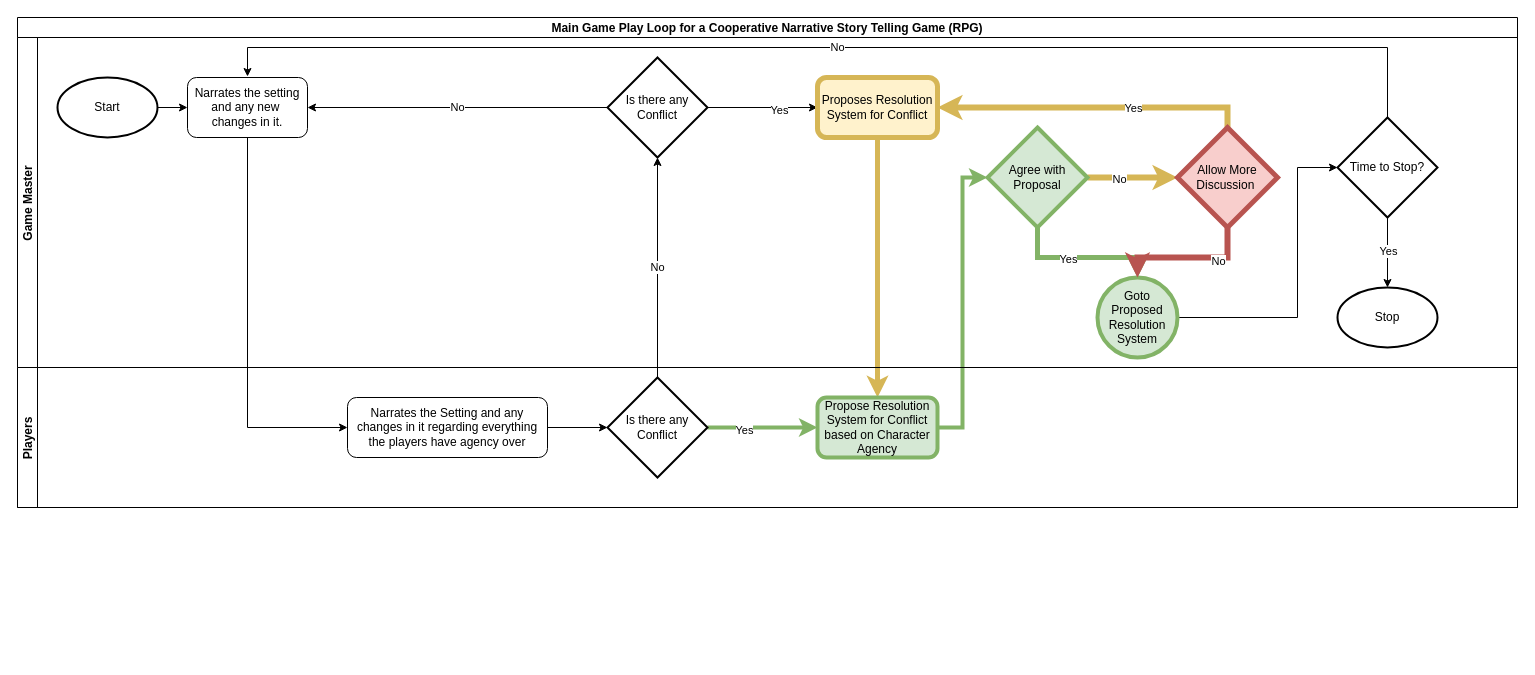
Above: assets/diagrams/Main-Game-Play-Loop.drawio in TedTschopp/Fixing-Game-Night (draw.io), before the change. Source tidied: cells renumbered, new cells numbered last; positions are measured from the earlier drawing's top-left corner, leaving out a move shared by most shapes. Both pictures are drawn from the tidied source at 100%, with x=0, y=0 at pixel (17, 17).
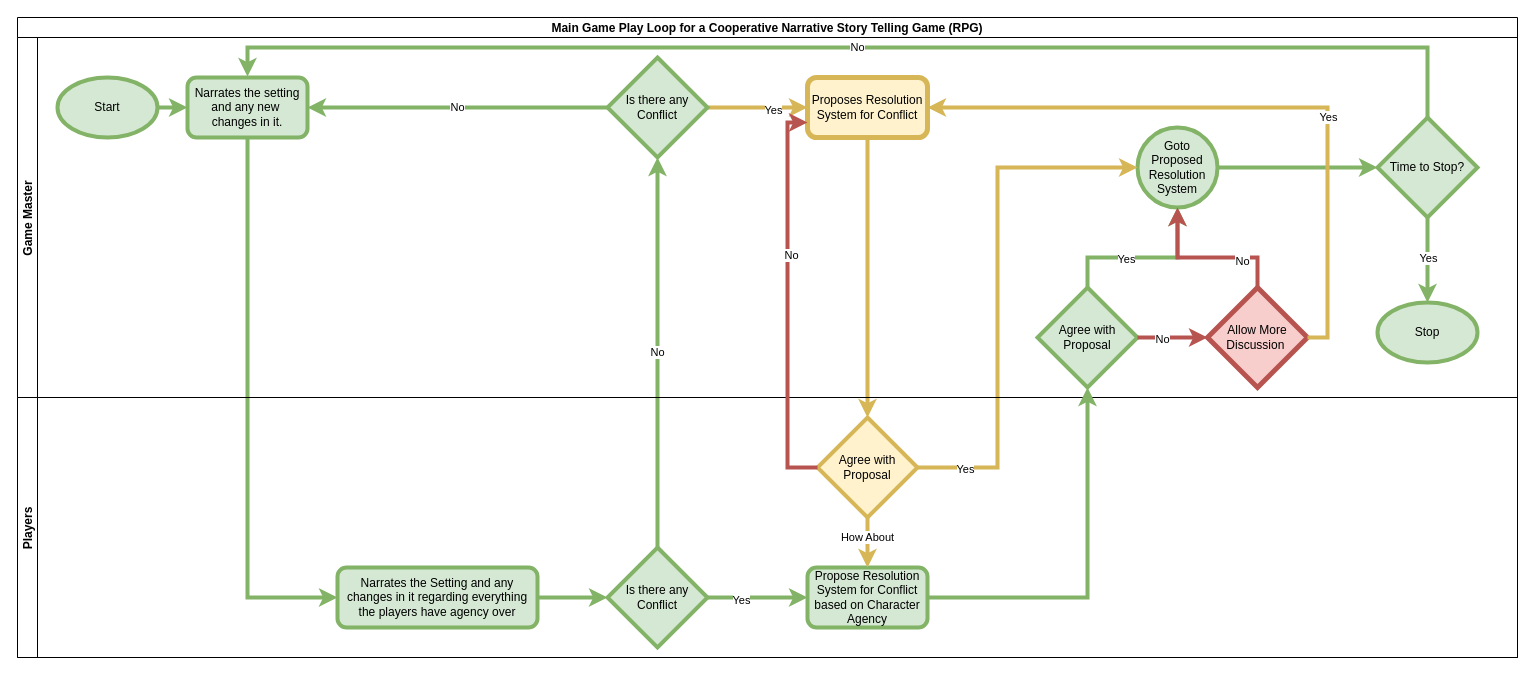
The same page after the edit.

Change to the diagram source:
```diff
@@
     <mxCell id="2" value="Main Game Play Loop for a Cooperative Narrative Story Telling Game (RPG)" style="swimlane;horizontal=1;startSize=20;" parent="1" vertex="1">
-      <mxGeometry width="1500" height="490" as="geometry" />
+      <mxGeometry width="1500" height="640" as="geometry" />
     </mxCell>
-    <mxCell id="3" style="edgeStyle=orthogonalEdgeStyle;rounded=0;jettySize=auto;html=1;startArrow=none;startFill=0;fillColor=#fff2cc;strokeColor=#d6b656;strokeWidth=5;" parent="2" edge="1" source="13" target="36">
-      <mxGeometry relative="1" as="geometry" />
-    </mxCell>
-    <mxCell id="4" value="No" style="edgeStyle=orthogonalEdgeStyle;rounded=0;jettySize=auto;html=1;entryX=0.5;entryY=1;entryDx=0;entryDy=0;startArrow=none;startFill=0;entryPerimeter=0;" parent="2" edge="1" source="39" target="32">
+    <mxCell id="4" value="No" style="edgeStyle=orthogonalEdgeStyle;rounded=0;jettySize=auto;html=1;entryX=0.5;entryY=1;entryDx=0;entryDy=0;startArrow=none;startFill=0;entryPerimeter=0;fillColor=#d5e8d4;strokeColor=#82b366;strokeWidth=4;" parent="2" edge="1" source="39" target="32">
       <mxGeometry relative="1" as="geometry" />
     </mxCell>
-    <mxCell id="5" style="edgeStyle=orthogonalEdgeStyle;rounded=0;jettySize=auto;html=1;entryX=0;entryY=0.5;entryDx=0;entryDy=0;startArrow=none;startFill=0;exitX=0.5;exitY=1;exitDx=0;exitDy=0;" parent="2" edge="1" source="8" target="35">
+    <mxCell id="5" style="edgeStyle=orthogonalEdgeStyle;rounded=0;jettySize=auto;html=1;entryX=0;entryY=0.5;entryDx=0;entryDy=0;startArrow=none;startFill=0;exitX=0.5;exitY=1;exitDx=0;exitDy=0;strokeWidth=4;fillColor=#d5e8d4;strokeColor=#82b366;" parent="2" edge="1" source="8" target="35">
       <mxGeometry relative="1" as="geometry" />
     </mxCell>
-    <mxCell id="6" style="edgeStyle=orthogonalEdgeStyle;rounded=0;jettySize=auto;html=1;entryX=0;entryY=0.5;entryDx=0;entryDy=0;entryPerimeter=0;startArrow=none;startFill=0;strokeWidth=4;fillColor=#d5e8d4;strokeColor=#82b366;" parent="2" edge="1" source="36" target="20">
-      <mxGeometry relative="1" as="geometry" />
-    </mxCell>
     <mxCell id="7" value="Game Master" style="swimlane;startSize=20;horizontal=0;" parent="2" vertex="1">
-      <mxGeometry y="20" width="1500" height="330" as="geometry" />
+      <mxGeometry y="20" width="1500" height="360" as="geometry" />
     </mxCell>
-    <mxCell id="8" value="Narrates the setting and any new&amp;nbsp; changes in it." style="rounded=1;whiteSpace=wrap;html=1;" parent="7" vertex="1">
+    <mxCell id="8" value="Narrates the setting and any new&amp;nbsp; changes in it." style="rounded=1;whiteSpace=wrap;html=1;fillColor=#d5e8d4;strokeColor=#82b366;strokeWidth=4;" parent="7" vertex="1">
       <mxGeometry x="170" y="40" width="120" height="60" as="geometry" />
     </mxCell>
-    <mxCell id="9" style="edgeStyle=orthogonalEdgeStyle;rounded=0;jettySize=auto;html=1;entryX=0;entryY=0.5;entryDx=0;entryDy=0;startArrow=none;startFill=0;exitX=1;exitY=0.5;exitDx=0;exitDy=0;exitPerimeter=0;" parent="7" edge="1" source="32" target="13">
+    <mxCell id="9" style="edgeStyle=orthogonalEdgeStyle;rounded=0;jettySize=auto;html=1;entryX=0;entryY=0.5;entryDx=0;entryDy=0;startArrow=none;startFill=0;exitX=1;exitY=0.5;exitDx=0;exitDy=0;exitPerimeter=0;fillColor=#fff2cc;strokeColor=#d6b656;strokeWidth=4;" parent="7" edge="1" source="32" target="13">
       <mxGeometry relative="1" as="geometry" />
     </mxCell>
@@
-    <mxCell id="11" style="edgeStyle=orthogonalEdgeStyle;rounded=0;jettySize=auto;html=1;startArrow=none;startFill=0;exitX=0.5;exitY=1;exitDx=0;exitDy=0;exitPerimeter=0;strokeWidth=5;fillColor=#d5e8d4;strokeColor=#82b366;" parent="7" edge="1" source="20" target="15">
-      <mxGeometry relative="1" as="geometry">
-        <Array as="points">
-          <mxPoint x="1020" y="220" />
-          <mxPoint x="1120" y="220" />
-        </Array>
-      </mxGeometry>
-    </mxCell>
-    <mxCell id="12" value="Yes" style="edgeLabel;html=1;align=center;verticalAlign=middle;" parent="11" vertex="1">
-      <mxGeometry x="-0.2" y="-1" relative="1" as="geometry" />
-    </mxCell>
     <mxCell id="13" value="Proposes Resolution System for Conflict" style="rounded=1;whiteSpace=wrap;html=1;fillColor=#fff2cc;strokeColor=#d6b656;strokeWidth=5;" parent="7" vertex="1">
-      <mxGeometry x="800" y="40" width="120" height="60" as="geometry" />
+      <mxGeometry x="790" y="40" width="120" height="60" as="geometry" />
     </mxCell>
-    <mxCell id="14" style="edgeStyle=orthogonalEdgeStyle;rounded=0;jettySize=auto;html=1;entryX=0;entryY=0.5;entryDx=0;entryDy=0;entryPerimeter=0;startArrow=none;startFill=0;exitX=1;exitY=0.5;exitDx=0;exitDy=0;" parent="7" edge="1" source="15" target="29">
+    <mxCell id="14" style="edgeStyle=orthogonalEdgeStyle;rounded=0;jettySize=auto;html=1;entryX=0;entryY=0.5;entryDx=0;entryDy=0;entryPerimeter=0;startArrow=none;startFill=0;exitX=1;exitY=0.5;exitDx=0;exitDy=0;strokeWidth=4;fillColor=#d5e8d4;strokeColor=#82b366;" parent="7" edge="1" source="15" target="29">
       <mxGeometry relative="1" as="geometry">
         <Array as="points">
-          <mxPoint x="1280" y="280" />
-          <mxPoint x="1280" y="130" />
+          <mxPoint x="1220" y="130" />
+          <mxPoint x="1220" y="130" />
         </Array>
       </mxGeometry>
     </mxCell>
     <mxCell id="15" value="Goto Proposed Resolution System" style="ellipse;whiteSpace=wrap;html=1;strokeWidth=4;fillColor=#d5e8d4;strokeColor=#82b366;" parent="7" vertex="1">
-      <mxGeometry x="1080" y="240" width="80" height="80" as="geometry" />
+      <mxGeometry x="1120" y="90" width="80" height="80" as="geometry" />
     </mxCell>
-    <mxCell id="16" style="edgeStyle=orthogonalEdgeStyle;rounded=0;jettySize=auto;html=1;startArrow=none;startFill=0;" parent="7" edge="1" source="17" target="8">
+    <mxCell id="16" style="edgeStyle=orthogonalEdgeStyle;rounded=0;jettySize=auto;html=1;startArrow=none;startFill=0;strokeWidth=4;fillColor=#d5e8d4;strokeColor=#82b366;" parent="7" edge="1" source="17" target="8">
       <mxGeometry relative="1" as="geometry" />
     </mxCell>
-    <mxCell id="17" value="Start" style="strokeWidth=2;html=1;shape=mxgraph.flowchart.start_1;whiteSpace=wrap;" parent="7" vertex="1">
+    <mxCell id="17" value="Start" style="strokeWidth=4;html=1;shape=mxgraph.flowchart.start_1;whiteSpace=wrap;fillColor=#d5e8d4;strokeColor=#82b366;" parent="7" vertex="1">
       <mxGeometry x="40" y="40" width="100" height="60" as="geometry" />
     </mxCell>
-    <mxCell id="18" style="edgeStyle=orthogonalEdgeStyle;rounded=0;jettySize=auto;html=1;entryX=0;entryY=0.5;entryDx=0;entryDy=0;entryPerimeter=0;startArrow=none;startFill=0;fillColor=#fff2cc;strokeColor=#d6b656;strokeWidth=6;" parent="7" edge="1" source="20" target="25">
-      <mxGeometry relative="1" as="geometry" />
-    </mxCell>
-    <mxCell id="19" value="No" style="edgeLabel;html=1;align=center;verticalAlign=middle;" parent="18" vertex="1">
-      <mxGeometry x="-0.32" y="-1" relative="1" as="geometry" />
-    </mxCell>
-    <mxCell id="20" value="Agree with Proposal" style="strokeWidth=4;html=1;shape=mxgraph.flowchart.decision;whiteSpace=wrap;fillColor=#d5e8d4;strokeColor=#82b366;" parent="7" vertex="1">
-      <mxGeometry x="970" y="90" width="100" height="100" as="geometry" />
-    </mxCell>
-    <mxCell id="21" style="edgeStyle=orthogonalEdgeStyle;rounded=0;jettySize=auto;html=1;startArrow=none;startFill=0;exitX=0.5;exitY=1;exitDx=0;exitDy=0;exitPerimeter=0;fillColor=#f8cecc;strokeColor=#b85450;strokeWidth=6;" parent="7" edge="1" source="25" target="15">
-      <mxGeometry relative="1" as="geometry">
-        <Array as="points">
-          <mxPoint x="1210" y="220" />
-          <mxPoint x="1120" y="220" />
-        </Array>
-      </mxGeometry>
-    </mxCell>
-    <mxCell id="22" value="No" style="edgeLabel;html=1;align=center;verticalAlign=middle;" parent="21" vertex="1">
-      <mxGeometry x="-0.43" y="3" relative="1" as="geometry" />
-    </mxCell>
-    <mxCell id="23" style="edgeStyle=orthogonalEdgeStyle;rounded=0;jettySize=auto;html=1;entryX=1;entryY=0.5;entryDx=0;entryDy=0;startArrow=none;startFill=0;exitX=0.5;exitY=0;exitDx=0;exitDy=0;exitPerimeter=0;fillColor=#fff2cc;strokeColor=#d6b656;strokeWidth=6;" parent="7" edge="1" source="25" target="13">
-      <mxGeometry relative="1" as="geometry" />
-    </mxCell>
-    <mxCell id="24" value="Yes" style="edgeLabel;html=1;align=center;verticalAlign=middle;" parent="23" vertex="1">
-      <mxGeometry x="-0.26" relative="1" as="geometry" />
-    </mxCell>
-    <mxCell id="25" value="Allow More Discussion&amp;nbsp;" style="strokeWidth=5;html=1;shape=mxgraph.flowchart.decision;whiteSpace=wrap;fillColor=#f8cecc;strokeColor=#b85450;" parent="7" vertex="1">
-      <mxGeometry x="1160" y="90" width="100" height="100" as="geometry" />
-    </mxCell>
-    <mxCell id="26" style="edgeStyle=orthogonalEdgeStyle;rounded=0;jettySize=auto;html=1;startArrow=none;startFill=0;" parent="7" edge="1" source="29" target="30">
+    <mxCell id="26" style="edgeStyle=orthogonalEdgeStyle;rounded=0;jettySize=auto;html=1;startArrow=none;startFill=0;strokeWidth=4;fillColor=#d5e8d4;strokeColor=#82b366;" parent="7" edge="1" source="29" target="30">
       <mxGeometry relative="1" as="geometry" />
     </mxCell>
@@
-    <mxCell id="28" value="No" style="edgeStyle=orthogonalEdgeStyle;rounded=0;jettySize=auto;html=1;startArrow=none;startFill=0;" parent="7" edge="1" source="29">
+    <mxCell id="28" value="No" style="edgeStyle=orthogonalEdgeStyle;rounded=0;jettySize=auto;html=1;startArrow=none;startFill=0;fillColor=#d5e8d4;strokeColor=#82b366;strokeWidth=4;exitX=0.5;exitY=0;exitDx=0;exitDy=0;exitPerimeter=0;" parent="7" edge="1" source="29">
       <mxGeometry relative="1" as="geometry">
         <mxPoint x="230" y="39" as="targetPoint" />
         <Array as="points">
-          <mxPoint x="1370" y="10" />
+          <mxPoint x="1410" y="10" />
           <mxPoint x="230" y="10" />
         </Array>
       </mxGeometry>
     </mxCell>
-    <mxCell id="29" value="Time to Stop?" style="strokeWidth=2;html=1;shape=mxgraph.flowchart.decision;whiteSpace=wrap;" parent="7" vertex="1">
-      <mxGeometry x="1320" y="80" width="100" height="100" as="geometry" />
+    <mxCell id="29" value="Time to Stop?" style="strokeWidth=4;html=1;shape=mxgraph.flowchart.decision;whiteSpace=wrap;fillColor=#d5e8d4;strokeColor=#82b366;" parent="7" vertex="1">
+      <mxGeometry x="1360" y="80" width="100" height="100" as="geometry" />
     </mxCell>
-    <mxCell id="30" value="Stop" style="strokeWidth=2;html=1;shape=mxgraph.flowchart.start_1;whiteSpace=wrap;" parent="7" vertex="1">
-      <mxGeometry x="1320" y="250" width="100" height="60" as="geometry" />
+    <mxCell id="30" value="Stop" style="strokeWidth=4;html=1;shape=mxgraph.flowchart.start_1;whiteSpace=wrap;fillColor=#d5e8d4;strokeColor=#82b366;" parent="7" vertex="1">
+      <mxGeometry x="1360" y="265" width="100" height="60" as="geometry" />
     </mxCell>
-    <mxCell id="31" value="No" style="edgeStyle=orthogonalEdgeStyle;rounded=0;jettySize=auto;html=1;entryX=1;entryY=0.5;entryDx=0;entryDy=0;startArrow=none;startFill=0;" parent="7" edge="1" source="32" target="8">
+    <mxCell id="31" value="No" style="edgeStyle=orthogonalEdgeStyle;rounded=0;jettySize=auto;html=1;entryX=1;entryY=0.5;entryDx=0;entryDy=0;startArrow=none;startFill=0;strokeWidth=4;fillColor=#d5e8d4;strokeColor=#82b366;" parent="7" edge="1" source="32" target="8">
       <mxGeometry relative="1" as="geometry" />
     </mxCell>
-    <mxCell id="32" value="Is there any Conflict" style="strokeWidth=2;html=1;shape=mxgraph.flowchart.decision;whiteSpace=wrap;" parent="7" vertex="1">
+    <mxCell id="32" value="Is there any Conflict" style="strokeWidth=4;html=1;shape=mxgraph.flowchart.decision;whiteSpace=wrap;fillColor=#d5e8d4;strokeColor=#82b366;" parent="7" vertex="1">
       <mxGeometry x="590" y="20" width="100" height="100" as="geometry" />
     </mxCell>
+    <mxCell id="20" value="Agree with Proposal" style="strokeWidth=4;html=1;shape=mxgraph.flowchart.decision;whiteSpace=wrap;fillColor=#d5e8d4;strokeColor=#82b366;" parent="7" vertex="1">
+      <mxGeometry x="1020" y="250" width="100" height="100" as="geometry" />
+    </mxCell>
+    <mxCell id="11" style="edgeStyle=orthogonalEdgeStyle;rounded=0;jettySize=auto;html=1;startArrow=none;startFill=0;exitX=0.5;exitY=0;exitDx=0;exitDy=0;exitPerimeter=0;strokeWidth=4;fillColor=#d5e8d4;strokeColor=#82b366;" parent="7" edge="1" source="20">
+      <mxGeometry relative="1" as="geometry">
+        <mxPoint x="1160" y="170" as="targetPoint" />
+        <Array as="points">
+          <mxPoint x="1070" y="220" />
+          <mxPoint x="1160" y="220" />
+        </Array>
+      </mxGeometry>
+    </mxCell>
+    <mxCell id="12" value="Yes" style="edgeLabel;html=1;align=center;verticalAlign=middle;" parent="11" vertex="1">
+      <mxGeometry x="-0.2" y="-1" relative="1" as="geometry" />
+    </mxCell>
+    <mxCell id="25" value="Allow More Discussion&amp;nbsp;" style="strokeWidth=5;html=1;shape=mxgraph.flowchart.decision;whiteSpace=wrap;fillColor=#f8cecc;strokeColor=#b85450;" parent="7" vertex="1">
+      <mxGeometry x="1190" y="250" width="100" height="100" as="geometry" />
+    </mxCell>
+    <mxCell id="21" style="edgeStyle=orthogonalEdgeStyle;rounded=0;jettySize=auto;html=1;startArrow=none;startFill=0;exitX=0.5;exitY=0;exitDx=0;exitDy=0;exitPerimeter=0;fillColor=#f8cecc;strokeColor=#b85450;strokeWidth=4;" parent="7" edge="1" source="25">
+      <mxGeometry relative="1" as="geometry">
+        <mxPoint x="1160" y="170" as="targetPoint" />
+        <Array as="points">
+          <mxPoint x="1240" y="220" />
+          <mxPoint x="1160" y="220" />
+        </Array>
+      </mxGeometry>
+    </mxCell>
+    <mxCell id="22" value="No" style="edgeLabel;html=1;align=center;verticalAlign=middle;" parent="21" vertex="1">
+      <mxGeometry x="-0.43" y="3" relative="1" as="geometry" />
+    </mxCell>
+    <mxCell id="23" style="edgeStyle=orthogonalEdgeStyle;rounded=0;jettySize=auto;html=1;entryX=1;entryY=0.5;entryDx=0;entryDy=0;startArrow=none;startFill=0;exitX=1;exitY=0.5;exitDx=0;exitDy=0;exitPerimeter=0;fillColor=#fff2cc;strokeColor=#d6b656;strokeWidth=4;" parent="7" edge="1" source="25" target="13">
+      <mxGeometry relative="1" as="geometry" />
+    </mxCell>
+    <mxCell id="24" value="Yes" style="edgeLabel;html=1;align=center;verticalAlign=middle;" parent="23" vertex="1">
+      <mxGeometry x="-0.26" relative="1" as="geometry" />
+    </mxCell>
+    <mxCell id="18" style="edgeStyle=orthogonalEdgeStyle;rounded=0;jettySize=auto;html=1;entryX=0;entryY=0.5;entryDx=0;entryDy=0;entryPerimeter=0;startArrow=none;startFill=0;fillColor=#f8cecc;strokeColor=#b85450;strokeWidth=4;" parent="7" edge="1" source="20" target="25">
+      <mxGeometry relative="1" as="geometry" />
+    </mxCell>
+    <mxCell id="19" value="No" style="edgeLabel;html=1;align=center;verticalAlign=middle;" parent="18" vertex="1">
+      <mxGeometry x="-0.32" y="-1" relative="1" as="geometry" />
+    </mxCell>
+    <mxCell id="40" style="edgeStyle=orthogonalEdgeStyle;rounded=0;jettySize=auto;html=1;entryX=0;entryY=0.5;entryDx=0;entryDy=0;startArrow=none;startFill=0;strokeWidth=4;jumpStyle=arc;fillColor=#fff2cc;strokeColor=#d6b656;" parent="2" edge="1" source="44" target="15">
+      <mxGeometry relative="1" as="geometry">
+        <Array as="points">
+          <mxPoint x="980" y="450" />
+          <mxPoint x="980" y="150" />
+        </Array>
+      </mxGeometry>
+    </mxCell>
+    <mxCell id="41" value="Yes" style="edgeLabel;html=1;align=center;verticalAlign=middle;" parent="40" vertex="1">
+      <mxGeometry x="-0.82" y="-1" relative="1" as="geometry" />
+    </mxCell>
+    <mxCell id="42" style="edgeStyle=orthogonalEdgeStyle;rounded=0;jettySize=auto;html=1;startArrow=none;startFill=0;strokeWidth=4;fillColor=#fff2cc;strokeColor=#d6b656;" parent="2" edge="1" source="13" target="44">
+      <mxGeometry relative="1" as="geometry" />
+    </mxCell>
     <mxCell id="33" value="Players" style="swimlane;startSize=20;horizontal=0;" parent="2" vertex="1">
-      <mxGeometry y="350" width="1500" height="140" as="geometry" />
+      <mxGeometry y="380" width="1500" height="260" as="geometry" />
     </mxCell>
-    <mxCell id="34" style="edgeStyle=orthogonalEdgeStyle;rounded=0;jettySize=auto;html=1;entryX=0;entryY=0.5;entryDx=0;entryDy=0;entryPerimeter=0;startArrow=none;startFill=0;" parent="33" edge="1" source="35" target="39">
+    <mxCell id="34" style="edgeStyle=orthogonalEdgeStyle;rounded=0;jettySize=auto;html=1;entryX=0;entryY=0.5;entryDx=0;entryDy=0;entryPerimeter=0;startArrow=none;startFill=0;strokeWidth=4;fillColor=#d5e8d4;strokeColor=#82b366;" parent="33" edge="1" source="35" target="39">
       <mxGeometry relative="1" as="geometry" />
     </mxCell>
-    <mxCell id="35" value="Narrates the Setting and any changes in it regarding everything the players have agency over" style="rounded=1;whiteSpace=wrap;html=1;" parent="33" vertex="1">
-      <mxGeometry x="330" y="30" width="200" height="60" as="geometry" />
+    <mxCell id="35" value="Narrates the Setting and any changes in it regarding everything the players have agency over" style="rounded=1;whiteSpace=wrap;html=1;strokeWidth=4;fillColor=#d5e8d4;strokeColor=#82b366;" parent="33" vertex="1">
+      <mxGeometry x="320" y="170" width="200" height="60" as="geometry" />
     </mxCell>
     <mxCell id="36" value="Propose Resolution System for Conflict based on Character Agency" style="rounded=1;whiteSpace=wrap;html=1;strokeWidth=4;fillColor=#d5e8d4;strokeColor=#82b366;" parent="33" vertex="1">
-      <mxGeometry x="800" y="30" width="120" height="60" as="geometry" />
+      <mxGeometry x="790" y="170" width="120" height="60" as="geometry" />
     </mxCell>
@@
-    <mxCell id="39" value="Is there any Conflict" style="strokeWidth=2;html=1;shape=mxgraph.flowchart.decision;whiteSpace=wrap;" parent="33" vertex="1">
-      <mxGeometry x="590" y="10" width="100" height="100" as="geometry" />
+    <mxCell id="39" value="Is there any Conflict" style="strokeWidth=4;html=1;shape=mxgraph.flowchart.decision;whiteSpace=wrap;fillColor=#d5e8d4;strokeColor=#82b366;" parent="33" vertex="1">
+      <mxGeometry x="590" y="150" width="100" height="100" as="geometry" />
     </mxCell>
+    <mxCell id="43" value="How About" style="edgeStyle=orthogonalEdgeStyle;rounded=0;jettySize=auto;html=1;startArrow=none;startFill=0;strokeWidth=4;fillColor=#fff2cc;strokeColor=#d6b656;" parent="33" edge="1" source="44" target="36">
+      <mxGeometry x="-0.2" relative="1" as="geometry" />
+    </mxCell>
+    <mxCell id="44" value="Agree with Proposal" style="strokeWidth=4;html=1;shape=mxgraph.flowchart.decision;whiteSpace=wrap;fillColor=#fff2cc;strokeColor=#d6b656;" parent="33" vertex="1">
+      <mxGeometry x="800" y="20" width="100" height="100" as="geometry" />
+    </mxCell>
+    <mxCell id="45" style="edgeStyle=orthogonalEdgeStyle;rounded=0;jumpStyle=arc;jettySize=auto;html=1;entryX=0;entryY=0.75;entryDx=0;entryDy=0;startArrow=none;startFill=0;strokeWidth=4;exitX=0;exitY=0.5;exitDx=0;exitDy=0;exitPerimeter=0;fillColor=#f8cecc;strokeColor=#b85450;" parent="2" edge="1" source="44" target="13">
+      <mxGeometry relative="1" as="geometry" />
+    </mxCell>
+    <mxCell id="46" value="No" style="edgeLabel;html=1;align=center;verticalAlign=middle;" parent="45" vertex="1">
+      <mxGeometry x="0.23" y="-3" relative="1" as="geometry" />
+    </mxCell>
+    <mxCell id="6" style="edgeStyle=orthogonalEdgeStyle;rounded=0;jettySize=auto;html=1;entryX=0.5;entryY=1;entryDx=0;entryDy=0;entryPerimeter=0;startArrow=none;startFill=0;strokeWidth=4;fillColor=#d5e8d4;strokeColor=#82b366;jumpStyle=arc;exitX=1;exitY=0.5;exitDx=0;exitDy=0;" parent="2" edge="1" source="36" target="20">
+      <mxGeometry relative="1" as="geometry">
+        <Array as="points">
+          <mxPoint x="1070" y="580" />
+        </Array>
+      </mxGeometry>
+    </mxCell>
```
